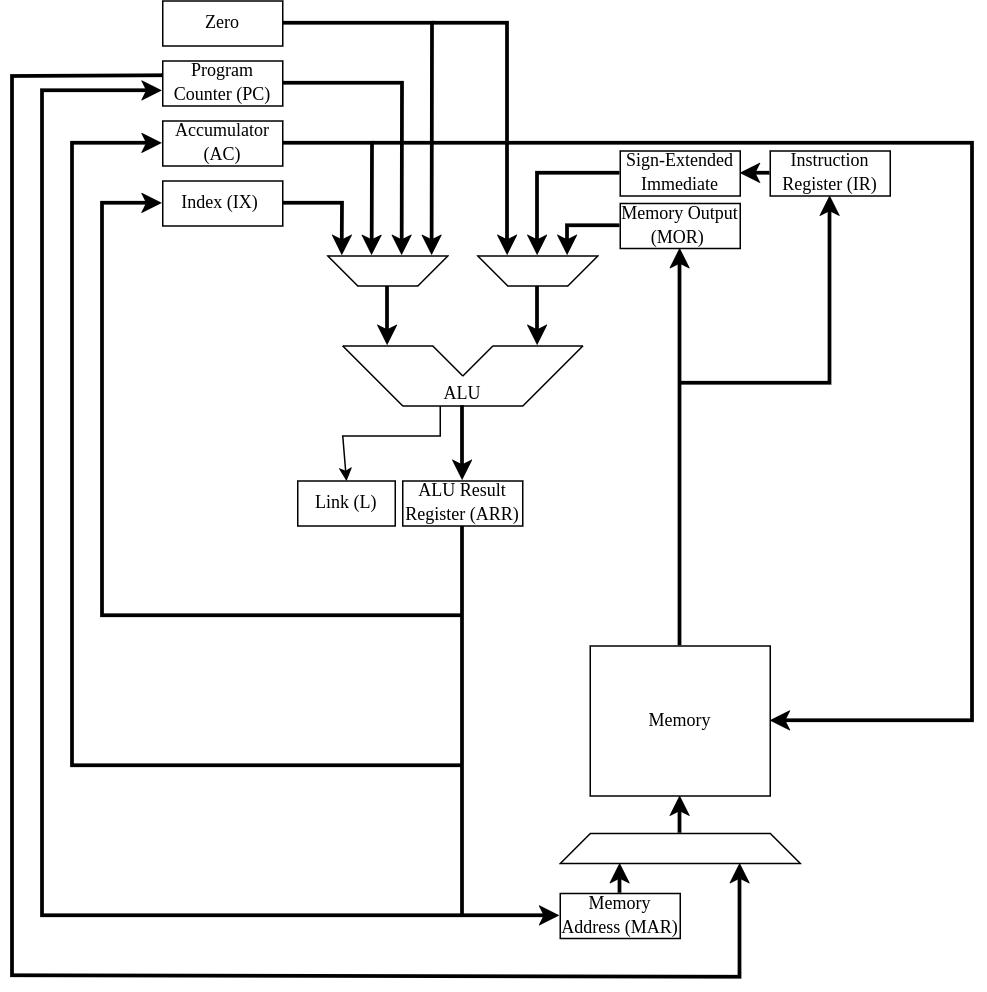
Above: Documentation/BlockDiagram.png in slancaster44/SAM (draw.io), before the change. Source tidied: cells renumbered, new cells last; positions are measured from the earlier drawing's top-left corner, leaving out a move shared by most shapes.
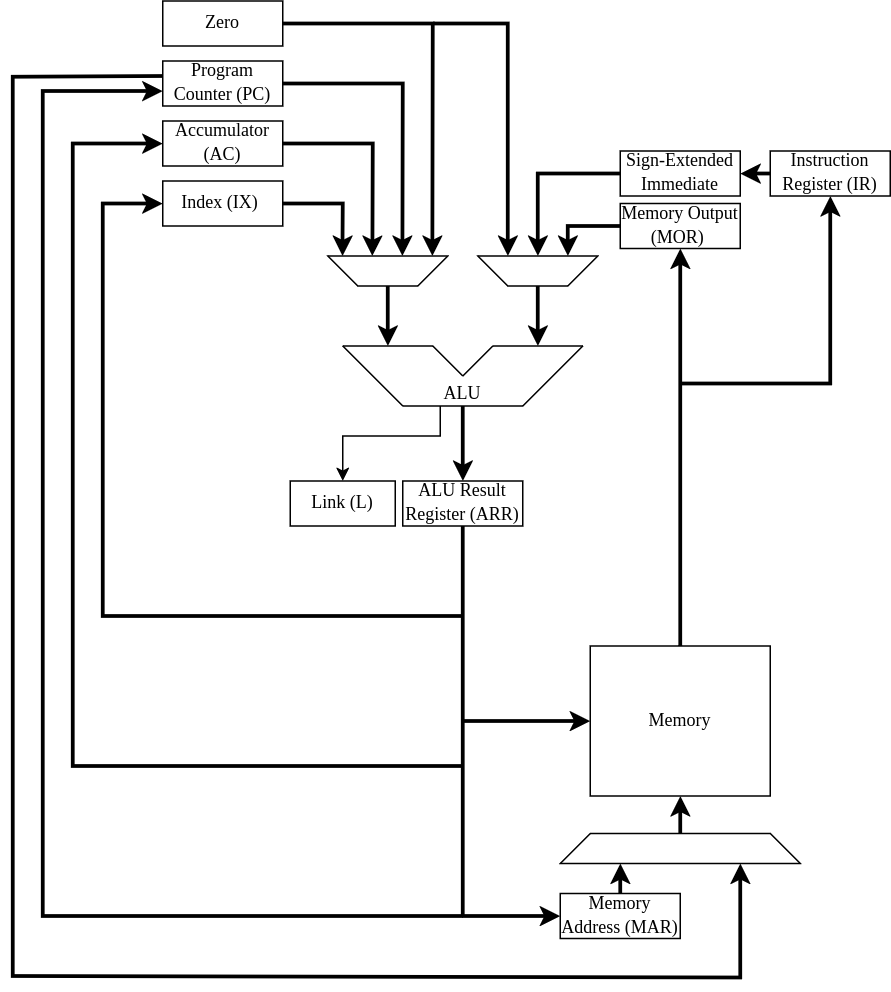
The same file after the commit.

What changed in the source:
```diff
@@ -204,7 +204,7 @@
       </mxGeometry>
     </mxCell>
     <mxCell id="41" value="&lt;font face=&quot;Times New Roman&quot;&gt;Link (L)&lt;/font&gt;" style="rounded=0;whiteSpace=wrap;html=1;" parent="1" vertex="1">
-      <mxGeometry x="190" y="320" width="65" height="30" as="geometry" />
+      <mxGeometry x="185" y="320" width="70" height="30" as="geometry" />
     </mxCell>
     <mxCell id="42" style="endArrow=classic;html=1;rounded=0;strokeWidth=2.5;entryX=0;entryY=0.5;entryDx=0;entryDy=0;" parent="1" edge="1" target="15">
       <mxGeometry relative="1" as="geometry">
@@ -226,15 +226,6 @@
     <mxCell id="44" style="endArrow=classic;html=1;rounded=0;strokeWidth=2.5;entryX=0.5;entryY=0;entryDx=0;entryDy=0;" parent="1" edge="1" source="9" target="36">
       <mxGeometry relative="1" as="geometry" />
     </mxCell>
-    <mxCell id="45" style="endArrow=classic;html=1;rounded=0;strokeWidth=2.5;entryX=1;entryY=0.5;entryDx=0;entryDy=0;" parent="1" edge="1" target="25">
-      <mxGeometry relative="1" as="geometry">
-        <mxPoint x="240" y="95" as="sourcePoint" />
-        <Array as="points">
-          <mxPoint x="640" y="95" />
-          <mxPoint x="640" y="480" />
-        </Array>
-      </mxGeometry>
-    </mxCell>
     <mxCell id="46" style="endArrow=classic;html=1;rounded=0;exitX=0;exitY=0.5;exitDx=0;exitDy=0;strokeWidth=2.5;entryX=0.25;entryY=1;entryDx=0;entryDy=0;" parent="1" edge="1" source="23" target="12">
       <mxGeometry relative="1" as="geometry">
         <Array as="points">
@@ -250,5 +241,10 @@
         </Array>
       </mxGeometry>
     </mxCell>
+    <mxCell id="48" style="endArrow=classic;html=1;rounded=0;entryX=0;entryY=0.5;entryDx=0;entryDy=0;strokeWidth=2.5;" parent="1" edge="1" target="25">
+      <mxGeometry relative="1" as="geometry">
+        <mxPoint x="300" y="480" as="sourcePoint" />
+      </mxGeometry>
+    </mxCell>
   </root>
 </mxGraphModel>
```
